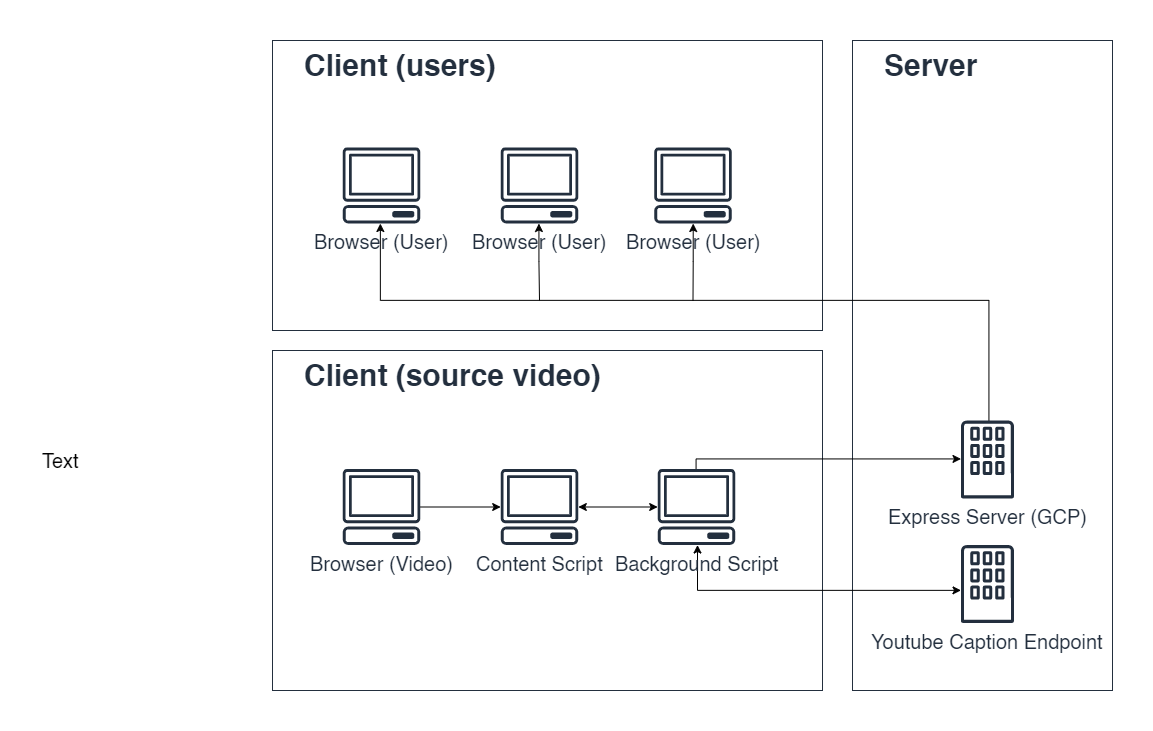
Earlier version of the draw.io export architecture.png (williamyeny/distributed-captions). Source tidied: cells renumbered, new cells last; positions are measured from the earlier drawing's top-left corner, leaving out a move shared by most shapes. Source of this version:
```xml
<mxGraphModel>
  <root>
    <mxCell id="0" />
    <mxCell id="1" parent="0" />
    <mxCell id="2" value="&lt;font style=&quot;font-size: 30px&quot;&gt;&lt;b&gt;Client (source video)&lt;/b&gt;&lt;/font&gt;" style="gradientColor=none;html=1;whiteSpace=wrap;fontSize=12;fontStyle=0;shape=mxgraph.aws4.group;strokeColor=#232F3E;fillColor=none;verticalAlign=top;align=left;spacingLeft=30;fontColor=#232F3E;dashed=0;labelBackgroundColor=none;" parent="1" vertex="1">
      <mxGeometry x="232" y="310" width="550" height="340" as="geometry" />
    </mxCell>
    <mxCell id="3" value="&lt;font style=&quot;font-size: 30px&quot;&gt;&lt;b&gt;Client (users)&lt;/b&gt;&lt;/font&gt;" style="gradientColor=none;html=1;whiteSpace=wrap;fontSize=12;fontStyle=0;shape=mxgraph.aws4.group;strokeColor=#232F3E;fillColor=none;verticalAlign=top;align=left;spacingLeft=30;fontColor=#232F3E;dashed=0;labelBackgroundColor=none;" parent="1" vertex="1">
      <mxGeometry x="232" width="550" height="290" as="geometry" />
    </mxCell>
    <mxCell id="4" value="&lt;font style=&quot;font-size: 30px;&quot;&gt;Server&lt;/font&gt;" style="gradientColor=none;html=1;whiteSpace=wrap;fontSize=30;fontStyle=1;shape=mxgraph.aws4.group;strokeColor=#232F3E;fillColor=none;verticalAlign=top;align=left;spacingLeft=30;fontColor=#232F3E;dashed=0;labelBackgroundColor=none;" parent="1" vertex="1">
      <mxGeometry x="812" width="260" height="650" as="geometry" />
    </mxCell>
    <mxCell id="5" style="edgeStyle=orthogonalEdgeStyle;rounded=0;jettySize=auto;html=1;fontSize=20;" parent="1" edge="1" source="6" target="8">
      <mxGeometry relative="1" as="geometry" />
    </mxCell>
    <mxCell id="6" value="&lt;font style=&quot;font-size: 20px&quot;&gt;Browser (Video)&lt;/font&gt;" style="outlineConnect=0;fontColor=#232F3E;gradientColor=none;fillColor=#232F3E;strokeColor=none;dashed=0;verticalLabelPosition=bottom;verticalAlign=top;align=center;html=1;fontSize=20;fontStyle=0;shape=mxgraph.aws4.client;" parent="1" vertex="1">
      <mxGeometry x="302" y="428.5" width="78" height="76" as="geometry" />
    </mxCell>
    <mxCell id="7" style="edgeStyle=orthogonalEdgeStyle;rounded=0;jettySize=auto;html=1;fontSize=20;startArrow=classic;startFill=1;" parent="1" edge="1" source="8" target="11">
      <mxGeometry relative="1" as="geometry" />
    </mxCell>
    <mxCell id="8" value="&lt;font style=&quot;font-size: 20px;&quot;&gt;Content Script&lt;/font&gt;" style="outlineConnect=0;fontColor=#232F3E;gradientColor=none;fillColor=#232F3E;strokeColor=none;dashed=0;verticalLabelPosition=bottom;verticalAlign=top;align=center;html=1;fontSize=20;fontStyle=0;shape=mxgraph.aws4.client;" parent="1" vertex="1">
      <mxGeometry x="460" y="428.5" width="78" height="76" as="geometry" />
    </mxCell>
    <mxCell id="9" style="edgeStyle=orthogonalEdgeStyle;rounded=0;jettySize=auto;html=1;fontSize=30;startArrow=classic;startFill=1;" parent="1" edge="1" source="11" target="12">
      <mxGeometry relative="1" as="geometry">
        <Array as="points">
          <mxPoint x="657" y="550" />
        </Array>
      </mxGeometry>
    </mxCell>
    <mxCell id="10" style="edgeStyle=orthogonalEdgeStyle;rounded=0;jettySize=auto;html=1;fontSize=20;" parent="1" edge="1" source="11" target="14">
      <mxGeometry relative="1" as="geometry">
        <Array as="points">
          <mxPoint x="656" y="418" />
        </Array>
      </mxGeometry>
    </mxCell>
    <mxCell id="11" value="&lt;font style=&quot;font-size: 20px;&quot;&gt;Background Script&lt;/font&gt;" style="outlineConnect=0;fontColor=#232F3E;gradientColor=none;fillColor=#232F3E;strokeColor=none;dashed=0;verticalLabelPosition=bottom;verticalAlign=top;align=center;html=1;fontSize=20;fontStyle=0;shape=mxgraph.aws4.client;" parent="1" vertex="1">
      <mxGeometry x="617" y="428.5" width="78" height="76" as="geometry" />
    </mxCell>
    <mxCell id="12" value="Youtube Caption Endpoint" style="outlineConnect=0;fontColor=#232F3E;gradientColor=none;fillColor=#232F3E;strokeColor=none;dashed=0;verticalLabelPosition=bottom;verticalAlign=top;align=center;html=1;fontSize=20;fontStyle=0;shape=mxgraph.aws4.corporate_data_center;" parent="1" vertex="1">
      <mxGeometry x="920.5" y="504.5" width="53" height="78" as="geometry" />
    </mxCell>
    <mxCell id="13" style="edgeStyle=orthogonalEdgeStyle;rounded=0;jettySize=auto;html=1;fontSize=20;" parent="1" edge="1" source="14" target="15">
      <mxGeometry relative="1" as="geometry">
        <Array as="points">
          <mxPoint x="948" y="260" />
          <mxPoint x="340" y="260" />
        </Array>
      </mxGeometry>
    </mxCell>
    <mxCell id="14" value="Express Server (GCP)" style="outlineConnect=0;fontColor=#232F3E;gradientColor=none;fillColor=#232F3E;strokeColor=none;dashed=0;verticalLabelPosition=bottom;verticalAlign=top;align=center;html=1;fontSize=20;fontStyle=0;shape=mxgraph.aws4.corporate_data_center;" parent="1" vertex="1">
      <mxGeometry x="920.5" y="380" width="53" height="78" as="geometry" />
    </mxCell>
    <mxCell id="15" value="&lt;font style=&quot;font-size: 20px&quot;&gt;Browser (User)&lt;/font&gt;" style="outlineConnect=0;fontColor=#232F3E;gradientColor=none;fillColor=#232F3E;strokeColor=none;dashed=0;verticalLabelPosition=bottom;verticalAlign=top;align=center;html=1;fontSize=20;fontStyle=0;shape=mxgraph.aws4.client;" parent="1" vertex="1">
      <mxGeometry x="302" y="107" width="78" height="76" as="geometry" />
    </mxCell>
    <mxCell id="16" style="edgeStyle=orthogonalEdgeStyle;rounded=0;jettySize=auto;html=1;startArrow=classic;startFill=1;fontSize=20;endArrow=none;endFill=0;" parent="1" edge="1" source="17">
      <mxGeometry relative="1" as="geometry">
        <mxPoint x="499" y="260" as="targetPoint" />
      </mxGeometry>
    </mxCell>
    <mxCell id="17" value="&lt;font style=&quot;font-size: 20px&quot;&gt;Browser (User)&lt;/font&gt;" style="outlineConnect=0;fontColor=#232F3E;gradientColor=none;fillColor=#232F3E;strokeColor=none;dashed=0;verticalLabelPosition=bottom;verticalAlign=top;align=center;html=1;fontSize=20;fontStyle=0;shape=mxgraph.aws4.client;" parent="1" vertex="1">
      <mxGeometry x="460" y="107" width="78" height="76" as="geometry" />
    </mxCell>
    <mxCell id="18" style="edgeStyle=orthogonalEdgeStyle;rounded=0;jettySize=auto;html=1;startArrow=classic;startFill=1;endArrow=none;endFill=0;fontSize=20;" parent="1" edge="1" source="19">
      <mxGeometry relative="1" as="geometry">
        <mxPoint x="652.5" y="260" as="targetPoint" />
      </mxGeometry>
    </mxCell>
    <mxCell id="19" value="&lt;font style=&quot;font-size: 20px&quot;&gt;Browser (User)&lt;/font&gt;" style="outlineConnect=0;fontColor=#232F3E;gradientColor=none;fillColor=#232F3E;strokeColor=none;dashed=0;verticalLabelPosition=bottom;verticalAlign=top;align=center;html=1;fontSize=20;fontStyle=0;shape=mxgraph.aws4.client;" parent="1" vertex="1">
      <mxGeometry x="613.5" y="107" width="78" height="76" as="geometry" />
    </mxCell>
    <mxCell id="20" value="Text" style="text;html=1;align=left;verticalAlign=top;spacingTop=-4;fontSize=20;" parent="1" vertex="1">
      <mxGeometry y="406" width="50" height="30" as="geometry" />
    </mxCell>
  </root>
</mxGraphModel>
```
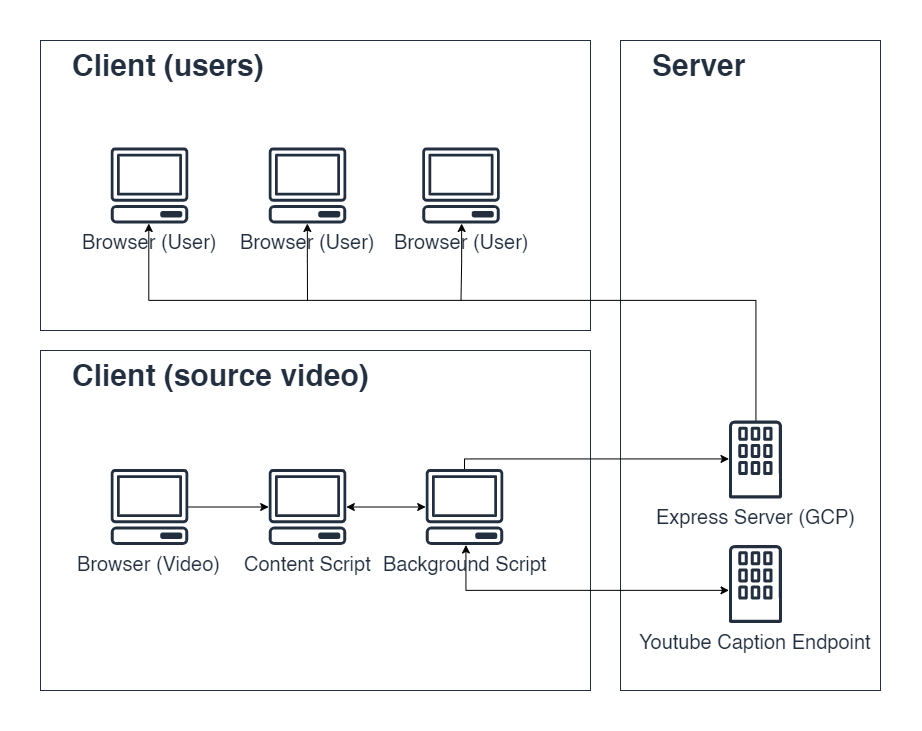
After the commit.

The edit, as a diff of the source:
```diff
@@ -73,8 +73,5 @@
     <mxCell id="19" value="&lt;font style=&quot;font-size: 20px&quot;&gt;Browser (User)&lt;/font&gt;" style="outlineConnect=0;fontColor=#232F3E;gradientColor=none;fillColor=#232F3E;strokeColor=none;dashed=0;verticalLabelPosition=bottom;verticalAlign=top;align=center;html=1;fontSize=20;fontStyle=0;shape=mxgraph.aws4.client;" parent="1" vertex="1">
       <mxGeometry x="613.5" y="107" width="78" height="76" as="geometry" />
     </mxCell>
-    <mxCell id="20" value="Text" style="text;html=1;align=left;verticalAlign=top;spacingTop=-4;fontSize=20;" parent="1" vertex="1">
-      <mxGeometry y="406" width="50" height="30" as="geometry" />
-    </mxCell>
   </root>
 </mxGraphModel>
```
